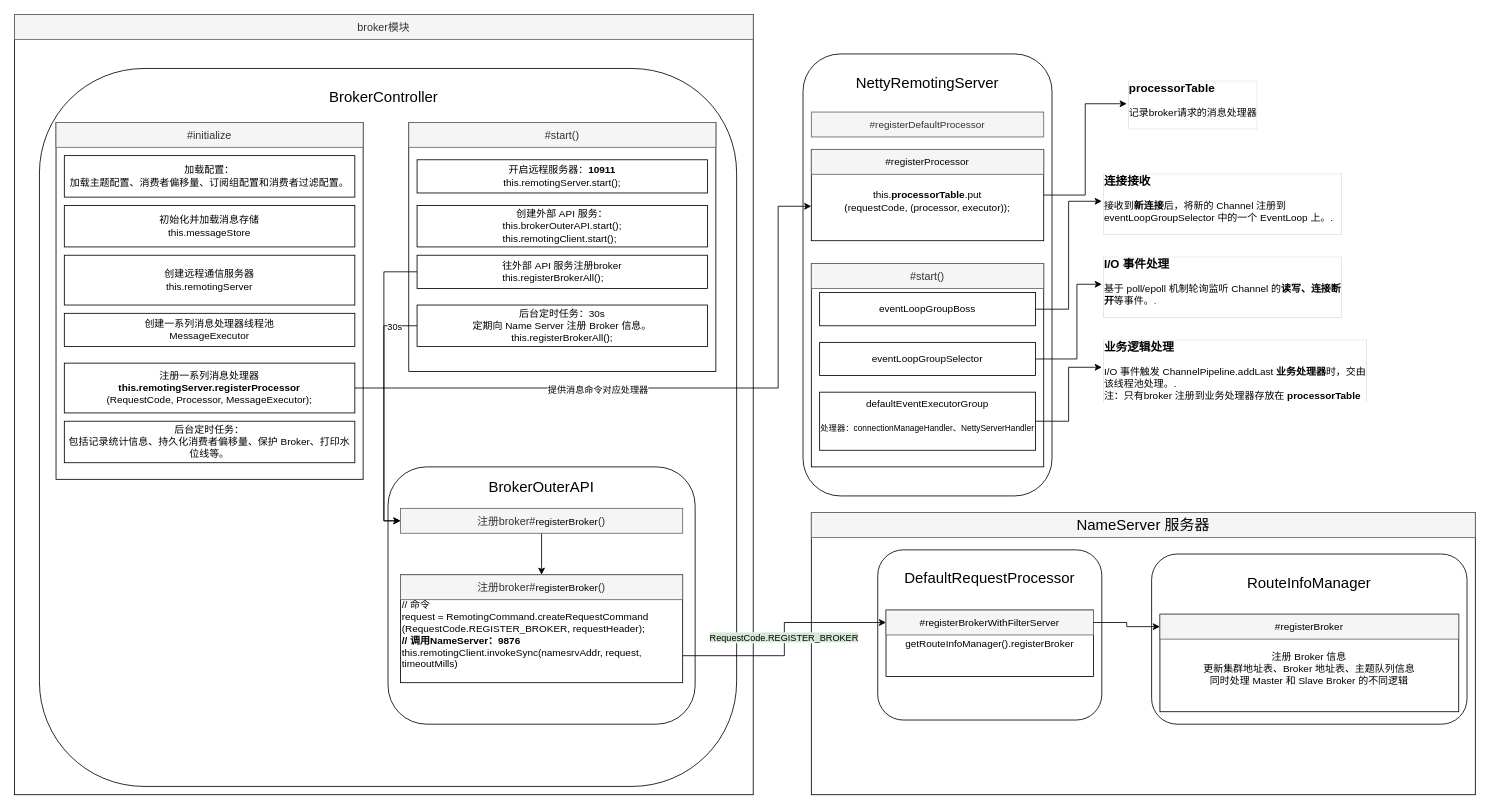
Earlier version of the draw.io diagram RocketMQ/Broker模块-启动.drawio (jeslie-in-blossom/learndata). Source tidied: cells renumbered, new cells numbered last; positions are measured from the earlier drawing's top-left corner, leaving out a move shared by most shapes. Both pictures are drawn from the tidied source at 83%, with x=0, y=0 at pixel (14, 14).
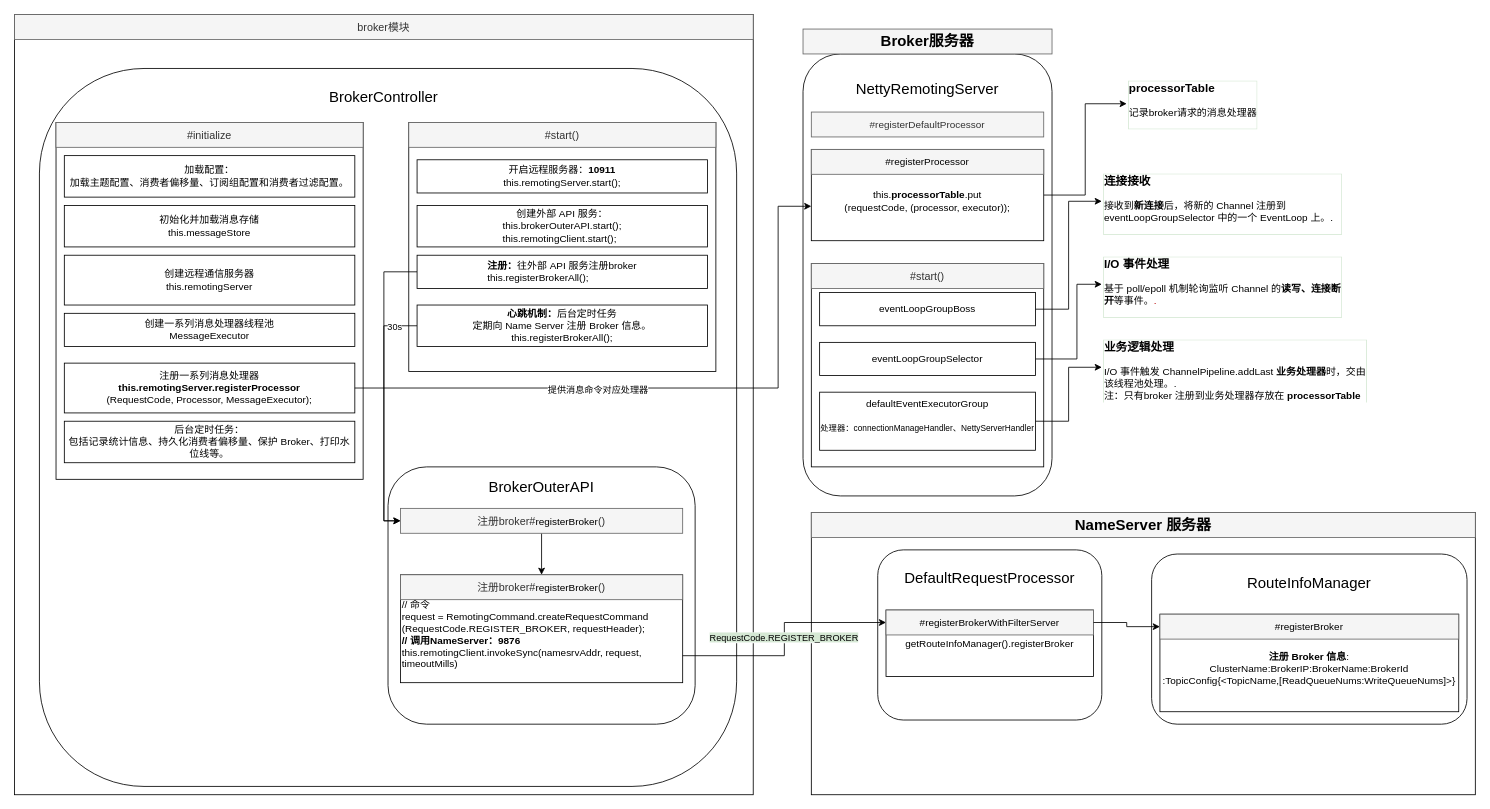
The same page after the edit.

Commit message:
更新Broker模块-启动.drawio

Change to the diagram source:
```diff
@@
-    <mxCell id="11" value="&lt;span style=&quot;font-size: 18px;&quot;&gt;NettyRemotingServer&lt;/span&gt;" style="text;html=1;align=center;verticalAlign=middle;whiteSpace=wrap;rounded=0;" parent="1" vertex="1">
+    <mxCell id="11" value="&lt;div&gt;&lt;br&gt;&lt;/div&gt;&lt;span style=&quot;font-size: 18px;&quot;&gt;NettyRemotingServer&lt;br&gt;&lt;/span&gt;" style="text;html=1;align=center;verticalAlign=middle;whiteSpace=wrap;rounded=0;" parent="1" vertex="1">
       <mxGeometry x="1010" y="57.5" width="180" height="50" as="geometry" />
     </mxCell>
@@
-    <mxCell id="38" value="往外部 API 服务注册broker&lt;br&gt;&lt;div style=&quot;text-align: left;&quot;&gt;this.registerBrokerAll();&lt;/div&gt;" style="rounded=0;whiteSpace=wrap;html=1;" parent="1" vertex="1">
+    <mxCell id="38" value="&lt;b&gt;注册：&lt;/b&gt;往外部 API 服务注册broker&lt;br&gt;&lt;div style=&quot;text-align: left;&quot;&gt;this.registerBrokerAll();&lt;/div&gt;" style="rounded=0;whiteSpace=wrap;html=1;" parent="1" vertex="1">
       <mxGeometry x="485" y="290" width="350" height="40" as="geometry" />
     </mxCell>
@@
-    <mxCell id="44" value="&lt;span style=&quot;background-color: transparent;&quot;&gt;后台定时任务：30s&lt;br&gt;定期向 Name Server 注册 Broker 信息。&lt;br&gt;&lt;/span&gt;&lt;span style=&quot;text-align: left;&quot;&gt;this.registerBrokerAll();&lt;/span&gt;&lt;span style=&quot;background-color: transparent;&quot;&gt;&lt;/span&gt;" style="rounded=0;whiteSpace=wrap;html=1;" parent="1" vertex="1">
+    <mxCell id="44" value="&lt;span style=&quot;background-color: transparent;&quot;&gt;&lt;b&gt;心跳机制：&lt;/b&gt;后台定时任务&lt;br&gt;定期向 Name Server 注册 Broker 信息。&lt;br&gt;&lt;/span&gt;&lt;span style=&quot;text-align: left;&quot;&gt;this.registerBrokerAll();&lt;/span&gt;&lt;span style=&quot;background-color: transparent;&quot;&gt;&lt;/span&gt;" style="rounded=0;whiteSpace=wrap;html=1;" parent="1" vertex="1">
       <mxGeometry x="485" y="350" width="350" height="50" as="geometry" />
     </mxCell>
@@
-    <mxCell id="50" value="&lt;span style=&quot;color: rgb(0, 0, 0); font-size: 18px;&quot;&gt;NameServer 服务器&lt;/span&gt;" style="text;html=1;align=center;verticalAlign=middle;whiteSpace=wrap;rounded=0;labelBackgroundColor=none;textShadow=0;fillColor=#f5f5f5;fontColor=#333333;strokeColor=#666666;" parent="1" vertex="1">
+    <mxCell id="50" value="&lt;span style=&quot;color: rgb(0, 0, 0); font-size: 18px;&quot;&gt;&lt;b&gt;NameServer 服务器&lt;/b&gt;&lt;/span&gt;" style="text;html=1;align=center;verticalAlign=middle;whiteSpace=wrap;rounded=0;labelBackgroundColor=none;textShadow=0;fillColor=#f5f5f5;fontColor=#333333;strokeColor=#666666;" parent="1" vertex="1">
       <mxGeometry x="960" y="600" width="800" height="30" as="geometry" />
     </mxCell>
@@
-    <mxCell id="59" value="&lt;div&gt;&lt;br&gt;&lt;/div&gt;&lt;div&gt;&lt;span style=&quot;background-color: transparent; color: light-dark(rgb(0, 0, 0), rgb(255, 255, 255));&quot;&gt;注册 Broker 信息&lt;/span&gt;&lt;/div&gt;更新集群地址表、Broker 地址表、主题队列信息&lt;br&gt;同时处理 Master 和 Slave Broker 的不同逻辑" style="rounded=0;whiteSpace=wrap;html=1;" parent="1" vertex="1">
+    <mxCell id="59" value="&lt;div&gt;&lt;br&gt;&lt;/div&gt;&lt;div&gt;&lt;span style=&quot;background-color: transparent; color: light-dark(rgb(0, 0, 0), rgb(255, 255, 255));&quot;&gt;&lt;b&gt;注册 Broker 信息&lt;/b&gt;:&lt;/span&gt;&lt;/div&gt;&lt;div&gt;&lt;span style=&quot;background-color: transparent;&quot;&gt;ClusterName:BrokerIP:BrokerName:BrokerId&lt;/span&gt;&lt;/div&gt;&lt;div&gt;&lt;span style=&quot;background-color: transparent;&quot;&gt;:TopicConfig{&amp;lt;TopicName,[ReadQueueNums:WriteQueueNums]&amp;gt;}&lt;/span&gt;&lt;/div&gt;" style="rounded=0;whiteSpace=wrap;html=1;" parent="1" vertex="1">
       <mxGeometry x="1380" y="722.5" width="360" height="117.5" as="geometry" />
     </mxCell>
@@
+    <mxCell id="62" value="&lt;span style=&quot;color: rgb(0, 0, 0); font-size: 18px;&quot;&gt;&lt;b&gt;Broker服务器&lt;/b&gt;&lt;/span&gt;" style="rounded=0;whiteSpace=wrap;html=1;align=center;labelBackgroundColor=none;fillColor=#f5f5f5;fontColor=#333333;strokeColor=#666666;" parent="1" vertex="1">
+      <mxGeometry x="950" y="17.5" width="300" height="30" as="geometry" />
+    </mxCell>
```
